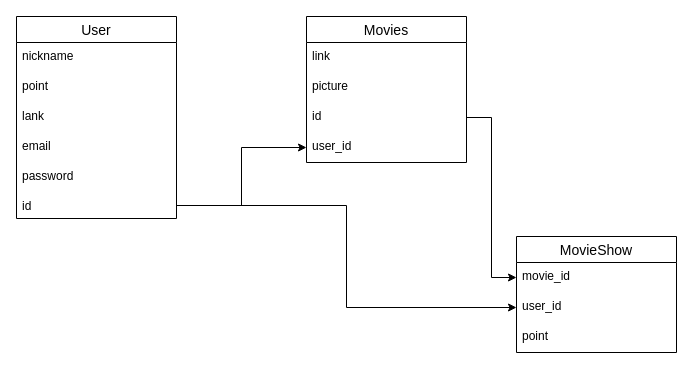
This is database.dio from runba3011/tizer_system, a draw.io file, before an edit. Source tidied: cells renumbered, new cells numbered last; positions are measured from the earlier drawing's top-left corner, leaving out a move shared by most shapes. Both pictures are drawn from the tidied source at 100%, with x=0, y=0 at pixel (16, 16).
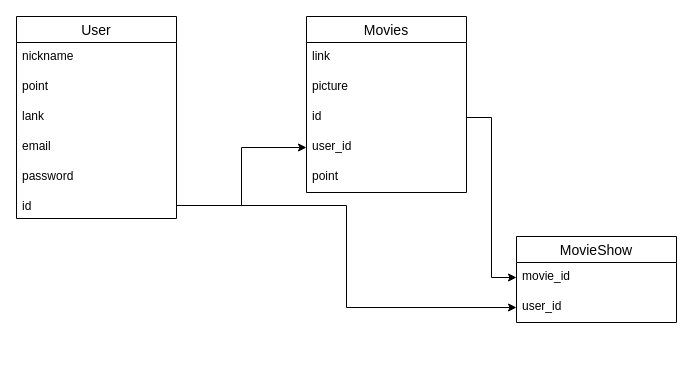
The same diagram, later.

Commit message:
データベース設計の修正

The edit, as a diff of the source:
```diff
@@
     <mxCell id="9" value="Movies" style="swimlane;fontStyle=0;horizontal=1;startSize=26;align=center;fontSize=14;" parent="1" vertex="1">
-      <mxGeometry x="290" width="160" height="146" as="geometry" />
+      <mxGeometry x="290" width="160" height="176" as="geometry" />
     </mxCell>
@@
+    <mxCell id="17" value="point" style="text;strokeColor=none;fillColor=none;spacingLeft=4;spacingRight=4;overflow=hidden;fontSize=12;" parent="9" vertex="1">
+      <mxGeometry y="146" width="160" height="30" as="geometry" />
+    </mxCell>
     <mxCell id="14" value="MovieShow" style="swimlane;fontStyle=0;horizontal=1;startSize=26;align=center;fontSize=14;" parent="1" vertex="1">
-      <mxGeometry x="500" y="220" width="160" height="116" as="geometry" />
+      <mxGeometry x="500" y="220" width="160" height="86" as="geometry" />
     </mxCell>
@@
-    <mxCell id="17" value="point" style="text;strokeColor=none;fillColor=none;spacingLeft=4;spacingRight=4;overflow=hidden;fontSize=12;" parent="14" vertex="1">
-      <mxGeometry y="86" width="160" height="30" as="geometry" />
-    </mxCell>
```
